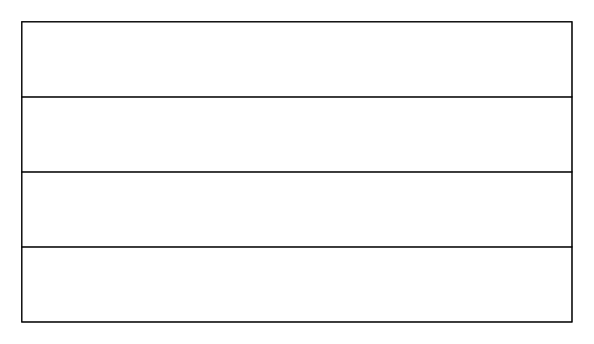
This is 低——研究内容——生态市场.drawio from tangyaosimida/love, a draw.io file, before an edit. Source tidied: cells renumbered, new cells numbered last; positions are measured from the earlier drawing's top-left corner, leaving out a move shared by most shapes. Both pictures are drawn from the tidied source at 125%, with x=0, y=0 at pixel (21, 21).
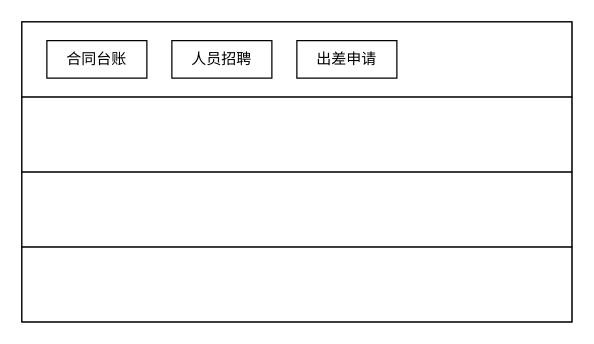
The same page after the edit.

Commit message (it also covers changes not shown here):
更新低——研究内容——生态市场.drawio

Diff of the diagram source:
```diff
@@
 <mxGraphModel>
   <root>
     <mxCell id="0" />
     <mxCell id="1" parent="0" />
     <mxCell id="2" style="rounded=0;whiteSpace=wrap;html=1;" parent="1" vertex="1">
       <mxGeometry width="440" height="240" as="geometry" />
     </mxCell>
     <mxCell id="3" style="rounded=0;whiteSpace=wrap;html=1;" parent="1" vertex="1">
       <mxGeometry y="180" width="440" height="60" as="geometry" />
     </mxCell>
     <mxCell id="4" style="rounded=0;whiteSpace=wrap;html=1;" parent="1" vertex="1">
       <mxGeometry y="120" width="440" height="60" as="geometry" />
     </mxCell>
     <mxCell id="5" style="rounded=0;whiteSpace=wrap;html=1;" parent="1" vertex="1">
       <mxGeometry y="60" width="440" height="60" as="geometry" />
     </mxCell>
     <mxCell id="6" style="rounded=0;whiteSpace=wrap;html=1;" parent="1" vertex="1">
       <mxGeometry width="440" height="60" as="geometry" />
     </mxCell>
+    <mxCell id="7" value="合同台账" style="rounded=0;whiteSpace=wrap;html=1;" parent="1" vertex="1">
+      <mxGeometry x="20" y="15" width="80" height="30" as="geometry" />
+    </mxCell>
+    <mxCell id="8" value="人员招聘" style="rounded=0;whiteSpace=wrap;html=1;" parent="1" vertex="1">
+      <mxGeometry x="120" y="15" width="80" height="30" as="geometry" />
+    </mxCell>
+    <mxCell id="9" value="出差申请" style="rounded=0;whiteSpace=wrap;html=1;" parent="1" vertex="1">
+      <mxGeometry x="220" y="15" width="80" height="30" as="geometry" />
+    </mxCell>
   </root>
 </mxGraphModel>
```
